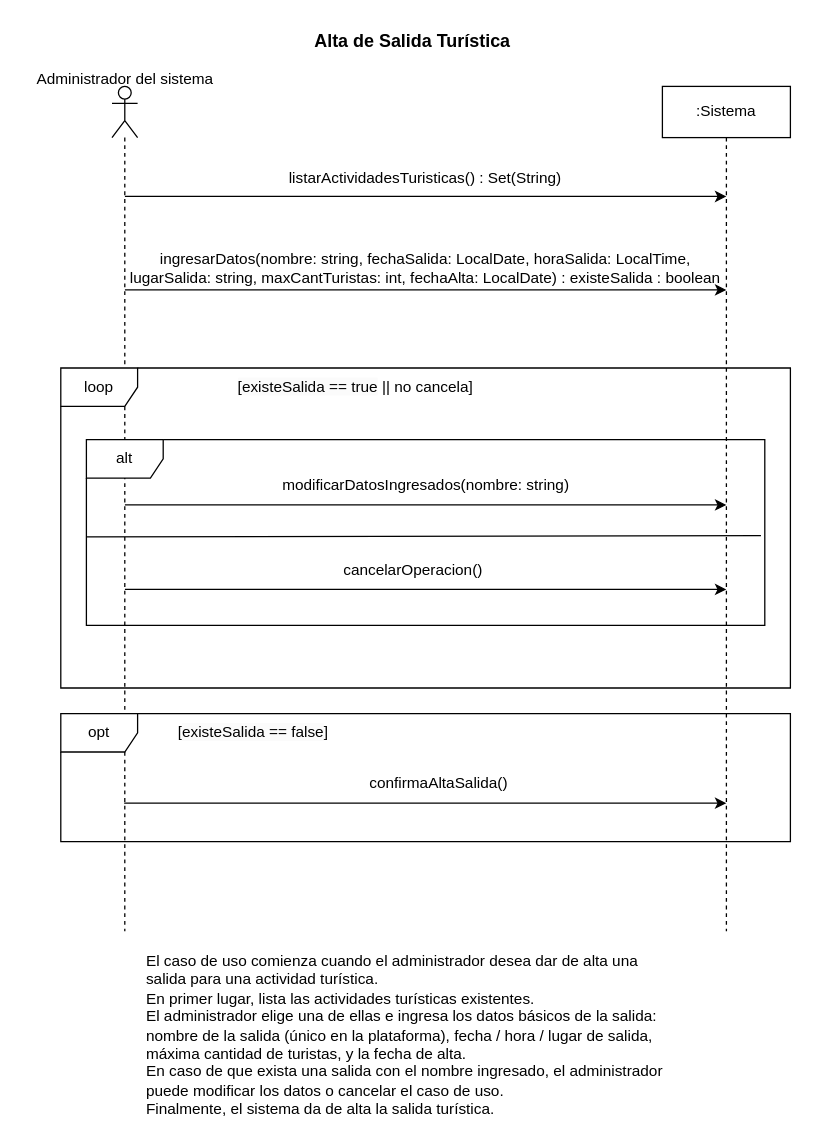
Above: page "CU6_AltaSalidaTurística" (4 of 8) of resources/Tarea1.drawio in rofernandezm/Tencnoinf_Pap2025_Tarea1 (draw.io), before the change. Source tidied: cells renumbered, new cells numbered last; positions are measured from the earlier drawing's top-left corner, leaving out a move shared by most shapes. Both pictures are drawn from the tidied source at 128%, with x=0, y=0 at pixel (22, 22).
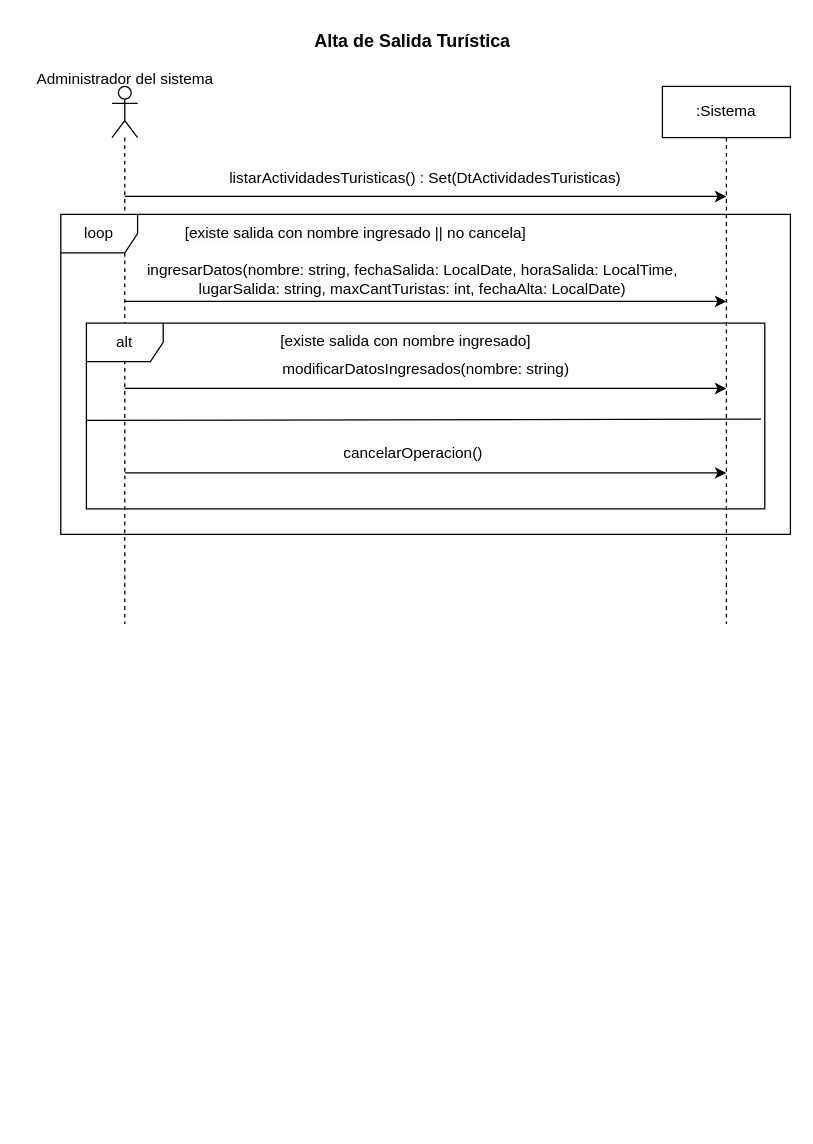
After the change.

The edit, as a diff of the source:
```diff
@@
     <mxCell id="2" style="shape=umlLifeline;perimeter=lifelinePerimeter;whiteSpace=wrap;html=1;outlineConnect=0;portConstraint=eastwest;newEdgeStyle={&quot;curved&quot;:0,&quot;rounded&quot;:0};participant=umlActor;" parent="1" vertex="1">
-      <mxGeometry x="70" y="50" width="20" height="660" as="geometry" />
+      <mxGeometry x="70" y="50" width="20" height="420" as="geometry" />
     </mxCell>
     <mxCell id="3" value=":Sistema" style="shape=umlLifeline;perimeter=lifelinePerimeter;whiteSpace=wrap;html=1;newEdgeStyle={&quot;curved&quot;:0,&quot;rounded&quot;:0};" parent="1" vertex="1">
-      <mxGeometry x="500" y="50" width="100" height="660" as="geometry" />
+      <mxGeometry x="500" y="50" width="100" height="420" as="geometry" />
     </mxCell>
@@
-    <mxCell id="6" value="listarActividadesTuristicas() : Set(String)" style="text;html=1;align=center;verticalAlign=middle;whiteSpace=wrap;rounded=0;" parent="1" vertex="1">
+    <mxCell id="6" value="listarActividadesTuristicas() : Set(DtActividadesTuristicas)" style="text;html=1;align=center;verticalAlign=middle;whiteSpace=wrap;rounded=0;" parent="1" vertex="1">
       <mxGeometry x="145" y="107" width="340" height="30" as="geometry" />
     </mxCell>
     <mxCell id="7" value="loop" style="shape=umlFrame;whiteSpace=wrap;html=1;" parent="1" vertex="1">
-      <mxGeometry x="30" y="270" width="570" height="250" as="geometry" />
+      <mxGeometry x="30" y="150" width="570" height="250" as="geometry" />
     </mxCell>
-    <mxCell id="8" value="ingresarDatos(nombre: string, fechaSalida: LocalDate, horaSalida: LocalTime, lugarSalida: string, maxCantTuristas: int, fechaAlta: LocalDate) : existeSalida : boolean" style="text;html=1;align=center;verticalAlign=middle;whiteSpace=wrap;rounded=0;" parent="1" vertex="1">
-      <mxGeometry x="80" y="177" width="470" height="30" as="geometry" />
+    <mxCell id="8" value="ingresarDatos(nombre: string, fechaSalida: LocalDate, horaSalida: LocalTime, lugarSalida: string, maxCantTuristas: int, fechaAlta: LocalDate)" style="text;html=1;align=center;verticalAlign=middle;whiteSpace=wrap;rounded=0;" parent="1" vertex="1">
+      <mxGeometry x="70" y="186" width="470" height="30" as="geometry" />
     </mxCell>
     <mxCell id="9" value="alt" style="shape=umlFrame;whiteSpace=wrap;html=1;" parent="1" vertex="1">
-      <mxGeometry x="50" y="326" width="530" height="145" as="geometry" />
+      <mxGeometry x="50" y="235" width="530" height="145" as="geometry" />
     </mxCell>
+    <mxCell id="23" value="&lt;span style=&quot;color: rgb(0, 0, 0); font-family: Helvetica; font-size: 12px; font-style: normal; font-variant-ligatures: normal; font-variant-caps: normal; font-weight: 400; letter-spacing: normal; orphans: 2; text-align: center; text-indent: 0px; text-transform: none; widows: 2; word-spacing: 0px; -webkit-text-stroke-width: 0px; white-space: nowrap; background-color: rgb(251, 251, 251); text-decoration-thickness: initial; text-decoration-style: initial; text-decoration-color: initial; float: none; display: inline !important;&quot;&gt;[existe salida con nombre ingresado]&lt;/span&gt;" style="text;whiteSpace=wrap;html=1;" parent="1" vertex="1">
+      <mxGeometry x="200" y="235" width="180" height="40" as="geometry" />
+    </mxCell>
     <mxCell id="10" value="modificarDatosIngresados(nombre: string)" style="text;html=1;align=center;verticalAlign=middle;whiteSpace=wrap;rounded=0;" parent="1" vertex="1">
-      <mxGeometry x="155.5" y="347" width="319" height="30" as="geometry" />
+      <mxGeometry x="155.5" y="256" width="319" height="30" as="geometry" />
     </mxCell>
     <mxCell id="11" value="cancelarOperacion()" style="text;html=1;align=center;verticalAlign=middle;whiteSpace=wrap;rounded=0;" parent="1" vertex="1">
-      <mxGeometry x="129.5" y="413" width="351" height="30" as="geometry" />
+      <mxGeometry x="129.5" y="322" width="351" height="30" as="geometry" />
     </mxCell>
     <mxCell id="12" style="endArrow=none;html=1;rounded=0;exitX=0.001;exitY=0.53;exitDx=0;exitDy=0;exitPerimeter=0;entryX=0.997;entryY=0.521;entryDx=0;entryDy=0;entryPerimeter=0;" parent="1" edge="1">
       <mxGeometry relative="1" as="geometry">
-        <mxPoint x="50" y="402" as="sourcePoint" />
-        <mxPoint x="577" y="401" as="targetPoint" />
+        <mxPoint x="50" y="311" as="sourcePoint" />
+        <mxPoint x="577" y="310" as="targetPoint" />
       </mxGeometry>
     </mxCell>
-    <mxCell id="13" value="&lt;span style=&quot;background-color: rgb(251, 251, 251);&quot;&gt;[existeSalida == true&lt;/span&gt;&amp;nbsp;|| no&amp;nbsp;&lt;span style=&quot;text-wrap-mode: wrap;&quot;&gt;cancela&lt;/span&gt;]" style="text;html=1;align=center;verticalAlign=middle;strokeColor=none;fillColor=none;" parent="1" vertex="1">
-      <mxGeometry x="155" y="270" width="210" height="30" as="geometry" />
+    <mxCell id="13" value="&lt;span style=&quot;background-color: rgb(251, 251, 251);&quot;&gt;[existe salida con nombre ingresado&lt;/span&gt;&amp;nbsp;|| no&amp;nbsp;&lt;span style=&quot;text-wrap-mode: wrap;&quot;&gt;cancela&lt;/span&gt;]" style="text;html=1;align=center;verticalAlign=middle;strokeColor=none;fillColor=none;" parent="1" vertex="1">
+      <mxGeometry x="115" y="150" width="290" height="30" as="geometry" />
     </mxCell>
@@
     <mxCell id="15" style="endArrow=classic;html=1;rounded=0;" parent="1" edge="1">
       <mxGeometry relative="1" as="geometry">
-        <mxPoint x="80.1" y="209" as="sourcePoint" />
-        <mxPoint x="550" y="209" as="targetPoint" />
+        <mxPoint x="80.1" y="218" as="sourcePoint" />
+        <mxPoint x="550" y="218" as="targetPoint" />
       </mxGeometry>
     </mxCell>
     <mxCell id="16" style="endArrow=classic;html=1;rounded=0;" parent="1" edge="1">
       <mxGeometry relative="1" as="geometry">
-        <mxPoint x="80.1" y="377" as="sourcePoint" />
-        <mxPoint x="550" y="377" as="targetPoint" />
+        <mxPoint x="80.1" y="286" as="sourcePoint" />
+        <mxPoint x="550" y="286" as="targetPoint" />
       </mxGeometry>
     </mxCell>
     <mxCell id="17" style="endArrow=classic;html=1;rounded=0;" parent="1" edge="1">
       <mxGeometry relative="1" as="geometry">
-        <mxPoint x="80.1" y="443" as="sourcePoint" />
-        <mxPoint x="550" y="443" as="targetPoint" />
+        <mxPoint x="80.1" y="352" as="sourcePoint" />
+        <mxPoint x="550" y="352" as="targetPoint" />
       </mxGeometry>
     </mxCell>
-    <mxCell id="18" value="opt" style="shape=umlFrame;whiteSpace=wrap;html=1;" parent="1" vertex="1">
-      <mxGeometry x="30" y="540" width="570" height="100" as="geometry" />
-    </mxCell>
-    <mxCell id="19" style="endArrow=classic;html=1;rounded=0;" parent="1" edge="1" source="2">
-      <mxGeometry relative="1" as="geometry">
-        <mxPoint x="550" y="610" as="targetPoint" />
-      </mxGeometry>
-    </mxCell>
-    <mxCell id="20" value="confirmaAltaSalida()" style="text;html=1;align=center;verticalAlign=middle;strokeColor=none;fillColor=none;" parent="1" vertex="1">
-      <mxGeometry x="260" y="580" width="130" height="30" as="geometry" />
-    </mxCell>
-    <mxCell id="21" value="[&lt;span style=&quot;background-color: rgb(251, 251, 251);&quot;&gt;existeSalida == false&lt;/span&gt;]" style="text;html=1;align=center;verticalAlign=middle;strokeColor=none;fillColor=none;" parent="1" vertex="1">
-      <mxGeometry x="110" y="540" width="140" height="30" as="geometry" />
-    </mxCell>
-    <mxCell id="22" value="El caso de uso comienza cuando el administrador desea dar de alta una &lt;br&gt;salida para una actividad turística.&amp;nbsp;&lt;div&gt;En primer lugar, lista las actividades turísticas  existentes.&amp;nbsp;&lt;/div&gt;&lt;div&gt;El administrador elige una de ellas  e ingresa los datos básicos de la salida: nombre de la salida (único en la plataforma), fecha / hora / lugar de salida, máxima cantidad de turistas, y la fecha de alta.&amp;nbsp;&lt;/div&gt;&lt;div&gt;En  caso  de  que  exista  una  salida con  el  nombre  ingresado, el administrador  puede  modificar  los  datos  o  cancelar  el  caso  de  uso. &lt;br&gt;Finalmente, el sistema da de alta la salida turística.&lt;/div&gt;" style="text;whiteSpace=wrap;html=1;" parent="1" vertex="1">
-      <mxGeometry x="95" y="720" width="420" height="140" as="geometry" />
-    </mxCell>
```
